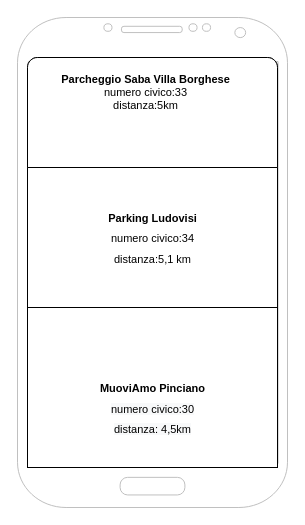
Before: Wireframe.drawio in giuliacangani02/2020-21-webdesign-verifica, a draw.io diagram. Source tidied: cells renumbered, new cells numbered last; positions are measured from the earlier drawing's top-left corner, leaving out a move shared by most shapes. Both pictures are drawn from the tidied source at 100%, with x=0, y=0 at pixel (17, 17).
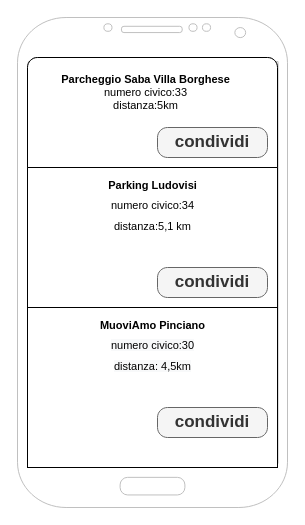
Above is the later version.

Diff of the diagram source:
```diff
@@
 <mxGraphModel>
   <root>
     <mxCell id="0" />
     <mxCell id="1" parent="0" />
     <mxCell id="2" style="verticalLabelPosition=bottom;verticalAlign=top;html=1;shadow=0;dashed=0;strokeWidth=1;shape=mxgraph.android.phone2;strokeColor=#c0c0c0;" parent="1" vertex="1">
       <mxGeometry width="270" height="490" as="geometry" />
     </mxCell>
-    <mxCell id="3" style="strokeWidth=1;shadow=0;dashed=0;align=center;html=1;shape=mxgraph.mockup.rrect;rSize=10;" parent="1" vertex="1">
+    <mxCell id="3" style="strokeWidth=1;shadow=0;dashed=0;align=center;html=1;shape=mxgraph.mockup.rrect;rSize=10;fillColor=#f5f5f5;strokeColor=#666666;fontColor=#333333;" parent="1" vertex="1">
       <mxGeometry x="10" y="40" width="250" height="410" as="geometry" />
     </mxCell>
-    <mxCell id="4" value="&lt;b style=&quot;color: rgb(0 , 0 , 0) ; font-size: 11px&quot;&gt;Parking Ludovisi&lt;br&gt;&lt;/b&gt;&lt;span style=&quot;color: rgb(0 , 0 , 0) ; font-size: 11px ; font-weight: 400&quot;&gt;numero civico:34&lt;/span&gt;&lt;br style=&quot;color: rgb(0 , 0 , 0) ; font-size: 11px ; font-weight: 400&quot;&gt;&lt;span style=&quot;color: rgb(0 , 0 , 0) ; font-size: 11px ; font-weight: 400&quot;&gt;distanza:5,1 km&lt;/span&gt;" style="strokeColor=inherit;fillColor=inherit;gradientColor=inherit;strokeWidth=1;shadow=0;dashed=0;align=center;html=1;shape=mxgraph.mockup.rrect;rSize=0;fontSize=17;fontColor=#666666;fontStyle=1;" parent="3" vertex="1">
+    <mxCell id="4" value="&lt;font style=&quot;font-size: 11px&quot;&gt;&lt;b style=&quot;color: rgb(0 , 0 , 0)&quot;&gt;Parking Ludovisi&lt;br&gt;&lt;/b&gt;&lt;span style=&quot;color: rgb(0 , 0 , 0) ; font-weight: 400&quot;&gt;numero civico:34&lt;/span&gt;&lt;br style=&quot;color: rgb(0 , 0 , 0) ; font-weight: 400&quot;&gt;&lt;span style=&quot;color: rgb(0 , 0 , 0) ; font-weight: 400&quot;&gt;distanza:5,1 km&lt;/span&gt;&lt;/font&gt;" style="strokeWidth=1;shadow=0;dashed=0;align=center;html=1;shape=mxgraph.mockup.rrect;rSize=0;fontSize=17;fontStyle=1;verticalAlign=top;" parent="3" vertex="1">
       <mxGeometry width="250" height="140" relative="1" as="geometry">
         <mxPoint y="110" as="offset" />
       </mxGeometry>
     </mxCell>
-    <mxCell id="5" value="&lt;br&gt;&lt;br&gt;&lt;div style=&quot;text-align: left&quot;&gt;&lt;b style=&quot;color: rgb(0 , 0 , 0) ; font-family: &amp;#34;helvetica&amp;#34; ; font-size: 11px&quot;&gt;MuoviAmo Pinciano&lt;/b&gt;&lt;/div&gt;&lt;span style=&quot;color: rgb(0 , 0 , 0) ; font-family: &amp;#34;helvetica&amp;#34; ; font-size: 11px ; font-style: normal ; font-weight: 400 ; letter-spacing: normal ; text-align: center ; text-indent: 0px ; text-transform: none ; word-spacing: 0px ; background-color: rgb(248 , 249 , 250) ; display: inline ; float: none&quot;&gt;numero civico:30&lt;/span&gt;&lt;br style=&quot;color: rgb(0 , 0 , 0) ; font-family: &amp;#34;helvetica&amp;#34; ; font-size: 11px ; font-style: normal ; font-weight: 400 ; letter-spacing: normal ; text-align: center ; text-indent: 0px ; text-transform: none ; word-spacing: 0px ; background-color: rgb(248 , 249 , 250)&quot;&gt;&lt;span style=&quot;color: rgb(0 , 0 , 0) ; font-family: &amp;#34;helvetica&amp;#34; ; font-size: 11px ; font-style: normal ; font-weight: 400 ; letter-spacing: normal ; text-align: center ; text-indent: 0px ; text-transform: none ; word-spacing: 0px ; background-color: rgb(248 , 249 , 250) ; display: inline ; float: none&quot;&gt;distanza: 4,5km&lt;/span&gt;" style="strokeColor=inherit;fillColor=inherit;gradientColor=inherit;strokeWidth=1;shadow=0;dashed=0;align=center;html=1;shape=mxgraph.mockup.rrect;rSize=0;fontSize=17;fontColor=#666666;fontStyle=1;" parent="3" vertex="1">
+    <mxCell id="5" value="&lt;b style=&quot;text-align: left ; color: rgb(0 , 0 , 0) ; font-family: &amp;#34;helvetica&amp;#34; ; font-size: 11px&quot;&gt;MuoviAmo Pinciano&lt;/b&gt;&lt;br&gt;&lt;span style=&quot;color: rgb(0 , 0 , 0) ; font-family: &amp;#34;helvetica&amp;#34; ; font-size: 11px ; font-style: normal ; font-weight: 400 ; letter-spacing: normal ; text-align: center ; text-indent: 0px ; text-transform: none ; word-spacing: 0px ; background-color: rgb(248 , 249 , 250) ; display: inline ; float: none&quot;&gt;numero civico:30&lt;/span&gt;&lt;br style=&quot;color: rgb(0 , 0 , 0) ; font-family: &amp;#34;helvetica&amp;#34; ; font-size: 11px ; font-style: normal ; font-weight: 400 ; letter-spacing: normal ; text-align: center ; text-indent: 0px ; text-transform: none ; word-spacing: 0px ; background-color: rgb(248 , 249 , 250)&quot;&gt;&lt;span style=&quot;color: rgb(0 , 0 , 0) ; font-family: &amp;#34;helvetica&amp;#34; ; font-size: 11px ; font-style: normal ; font-weight: 400 ; letter-spacing: normal ; text-align: center ; text-indent: 0px ; text-transform: none ; word-spacing: 0px ; background-color: rgb(248 , 249 , 250) ; display: inline ; float: none&quot;&gt;distanza: 4,5km&lt;/span&gt;" style="strokeWidth=1;shadow=0;dashed=0;align=center;html=1;shape=mxgraph.mockup.rrect;rSize=0;fontSize=17;fontStyle=1;verticalAlign=top;" parent="3" vertex="1">
       <mxGeometry width="250" height="160" relative="1" as="geometry">
         <mxPoint y="250" as="offset" />
       </mxGeometry>
     </mxCell>
     <mxCell id="6" value="&lt;h2 class=&quot;qrShPb kno-ecr-pt PZPZlf mfMhoc PPT5v hNKfZe&quot; style=&quot;color: rgba(0 , 0 , 0 , 0.87) ; line-height: 1.34 ; margin: 0px 40px 0px 0px ; overflow: visible ; font-weight: normal ; position: relative ; transform-origin: left top ; overflow-wrap: break-word ; padding-bottom: 2px ; text-align: left ; background-color: rgb(255 , 255 , 255) ; font-family: &amp;#34;google sans&amp;#34; , &amp;#34;arial&amp;#34; , sans-serif &amp;#34;important&amp;#34; ; font-size: 12px&quot;&gt;&lt;br&gt;&lt;/h2&gt;" style="strokeWidth=1;shadow=0;dashed=0;align=center;html=1;shape=mxgraph.mockup.topButton;rSize=10;fontSize=17;fontStyle=1;" parent="3" vertex="1">
       <mxGeometry width="250" height="110" relative="1" as="geometry" />
     </mxCell>
     <mxCell id="7" value="&lt;b&gt;Parcheggio Saba Villa Borghese&lt;br&gt;&lt;/b&gt;numero civico:33&lt;br&gt;distanza:5km" style="text;html=1;strokeColor=none;fillColor=none;align=center;verticalAlign=middle;whiteSpace=wrap;rounded=0;fontSize=11;" parent="3" vertex="1">
       <mxGeometry y="11.7" width="236.8" height="46.9" as="geometry" />
     </mxCell>
+    <mxCell id="8" value="condividi" style="strokeWidth=1;shadow=0;dashed=0;align=center;html=1;shape=mxgraph.mockup.buttons.button;strokeColor=#666666;fontColor=#333333;mainText=;buttonStyle=round;fontSize=17;fontStyle=1;fillColor=#f5f5f5;whiteSpace=wrap;" parent="3" vertex="1">
+      <mxGeometry x="130" y="70" width="110" height="30" as="geometry" />
+    </mxCell>
+    <mxCell id="9" value="condividi" style="strokeWidth=1;shadow=0;dashed=0;align=center;html=1;shape=mxgraph.mockup.buttons.button;strokeColor=#666666;fontColor=#333333;mainText=;buttonStyle=round;fontSize=17;fontStyle=1;fillColor=#f5f5f5;whiteSpace=wrap;" parent="3" vertex="1">
+      <mxGeometry x="130" y="210" width="110" height="30" as="geometry" />
+    </mxCell>
+    <mxCell id="10" value="condividi" style="strokeWidth=1;shadow=0;dashed=0;align=center;html=1;shape=mxgraph.mockup.buttons.button;strokeColor=#666666;fontColor=#333333;mainText=;buttonStyle=round;fontSize=17;fontStyle=1;fillColor=#f5f5f5;whiteSpace=wrap;" parent="3" vertex="1">
+      <mxGeometry x="130" y="350" width="110" height="30" as="geometry" />
+    </mxCell>
   </root>
 </mxGraphModel>
```
